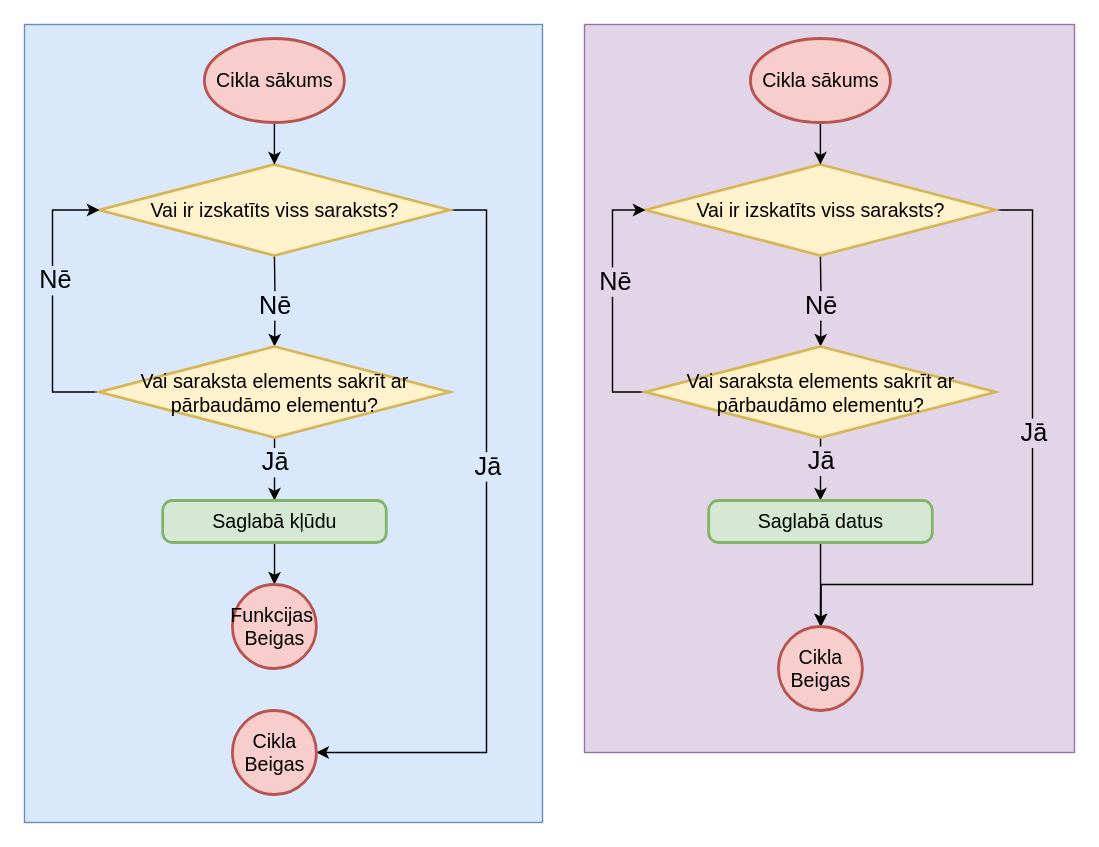
artiks12/webAppOS keeps this draw.io diagram as page "Cikli" (3 of 5) of src/Qualification project/Documentation/Diagrammas/Kompilators/Kompilators.drawio. Above is the earlier version. Source tidied: cells renumbered, new cells numbered last; positions are measured from the earlier drawing's top-left corner, leaving out a move shared by most shapes. Both pictures are drawn from the tidied source at 140%, with x=0, y=0 at pixel (24, 24).
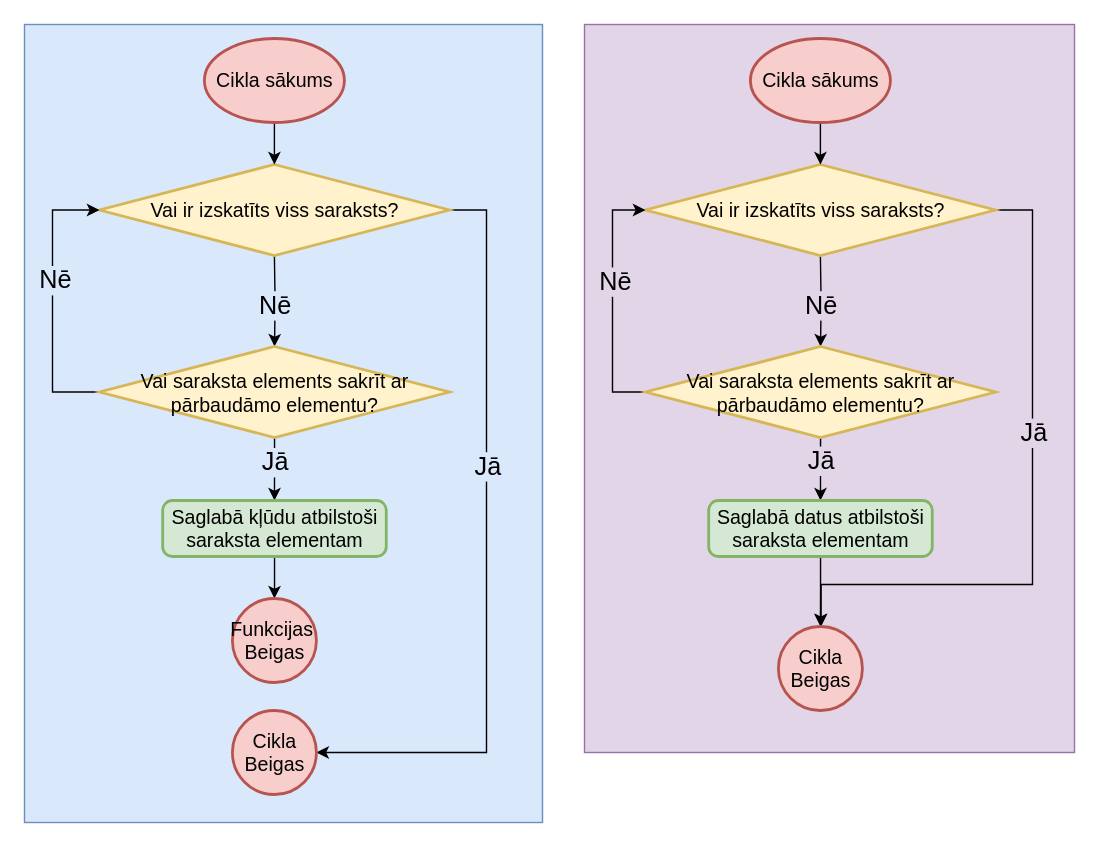
The same page after the edit.

What changed in the source:
```diff
@@
-    <mxCell id="8" value="Saglabā kļūdu" style="rounded=1;whiteSpace=wrap;html=1;absoluteArcSize=1;arcSize=14;strokeWidth=2;fontSize=14;fillColor=#d5e8d4;strokeColor=#82b366;" parent="1" vertex="1">
-      <mxGeometry x="98.7" y="340" width="159.7" height="30" as="geometry" />
+    <mxCell id="8" value="Saglabā kļūdu atbilstoši saraksta elementam" style="rounded=1;whiteSpace=wrap;html=1;absoluteArcSize=1;arcSize=14;strokeWidth=2;fontSize=14;fillColor=#d5e8d4;strokeColor=#82b366;" parent="1" vertex="1">
+      <mxGeometry x="98.7" y="340" width="159.7" height="40" as="geometry" />
     </mxCell>
@@
-    <mxCell id="24" value="Saglabā datus" style="rounded=1;whiteSpace=wrap;html=1;absoluteArcSize=1;arcSize=14;strokeWidth=2;fontSize=14;fillColor=#d5e8d4;strokeColor=#82b366;" parent="1" vertex="1">
-      <mxGeometry x="488.7" y="340" width="159.7" height="30" as="geometry" />
+    <mxCell id="24" value="Saglabā datus&amp;nbsp;atbilstoši saraksta elementam" style="rounded=1;whiteSpace=wrap;html=1;absoluteArcSize=1;arcSize=14;strokeWidth=2;fontSize=14;fillColor=#d5e8d4;strokeColor=#82b366;" parent="1" vertex="1">
+      <mxGeometry x="488.7" y="340" width="159.7" height="40" as="geometry" />
     </mxCell>
@@
     <mxCell id="34" value="Funkcijas&amp;nbsp;&lt;br&gt;Beigas" style="strokeWidth=2;html=1;shape=mxgraph.flowchart.start_2;whiteSpace=wrap;fontSize=14;fillColor=#f8cecc;strokeColor=#b85450;" parent="1" vertex="1">
-      <mxGeometry x="148.5" y="400" width="60" height="60" as="geometry" />
+      <mxGeometry x="148.5" y="410" width="60" height="60" as="geometry" />
     </mxCell>
```
